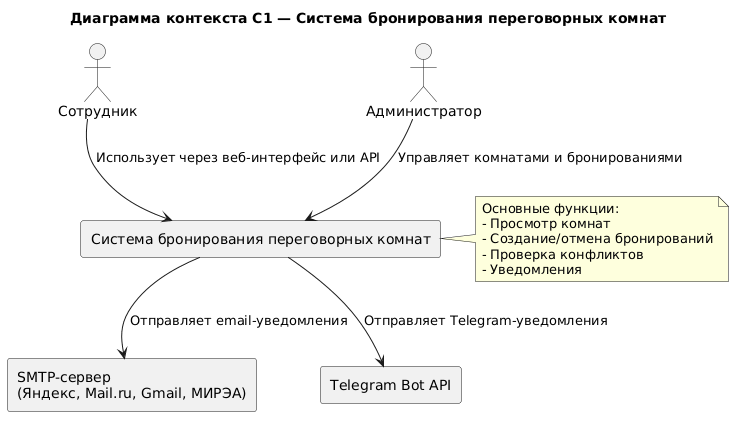
SurgeonMPT/IPORiPIS_Prac_9_12 keeps this PlantUML diagram as practice_9/diagrams/context.png. Above is the earlier version.
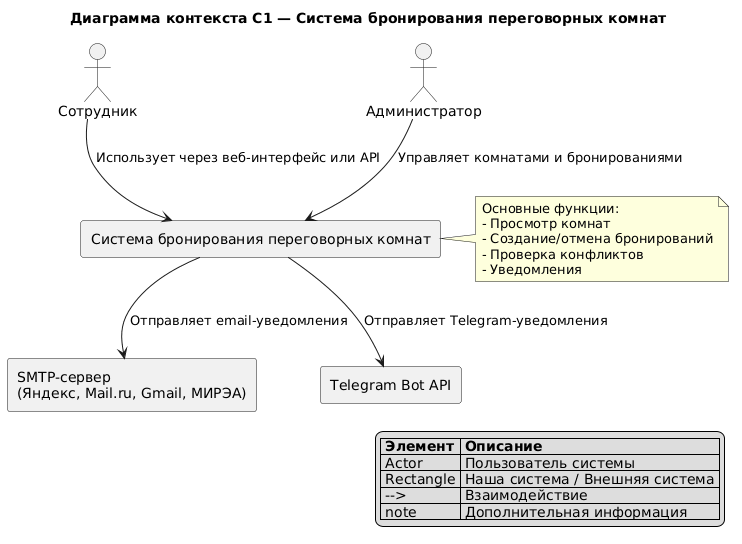
Above is the later version.

What changed in the source:
```diff
@@ -1,4 +1,5 @@
 @startuml
+!pragma dpi 300
 title Диаграмма контекста C1 — Система бронирования переговорных комнат
 
 actor "Сотрудник" as Employee
@@ -22,4 +23,12 @@
   - Проверка конфликтов
   - Уведомления
 end note
+
+legend right
+  | <b>Элемент</b> | <b>Описание</b> |
+  | Actor | Пользователь системы |
+  | Rectangle | Наша система / Внешняя система |
+  | --> | Взаимодействие |
+  | note | Дополнительная информация |
+endlegend
 @enduml
```
